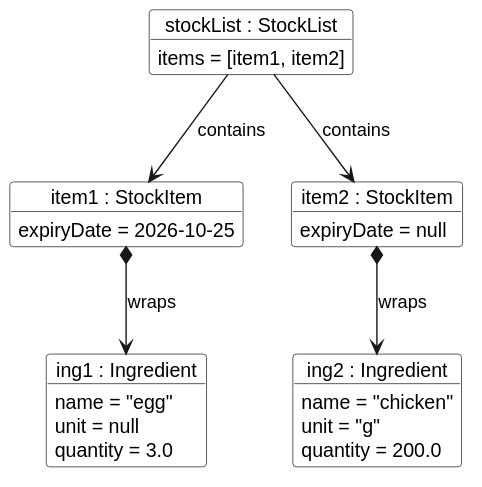
Above: docs/diagrams/stock-object.svg in AY2627S1-CS2113-W14-3/tp (PlantUML), before the change.
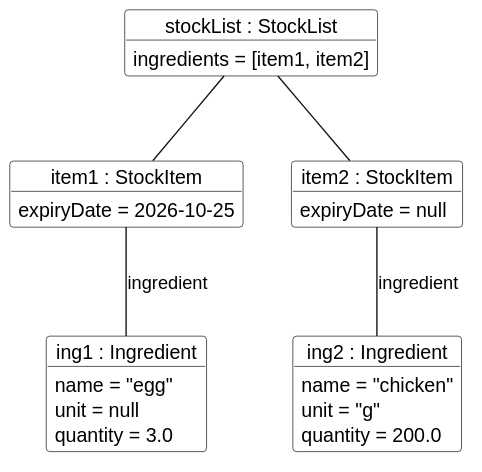
The same file after the commit.

Diff of the diagram source:
```diff
@@ -2,7 +2,7 @@
 skinparam objectBackgroundColor White
 
 object "stockList : StockList" as stock {
-  items = [item1, item2]
+  ingredients = [item1, item2]
 }
 
 object "item1 : StockItem" as item1 {
@@ -25,9 +25,9 @@
   quantity = 200.0
 }
 
-stock --> item1 : contains
-item1 *--> ing1 : wraps
+stock -- item1
+item1 -- ing1 : ingredient
 
-stock --> item2 : contains
-item2 *--> ing2 : wraps
+stock -- item2
+item2 -- ing2 : ingredient
 @enduml
```
